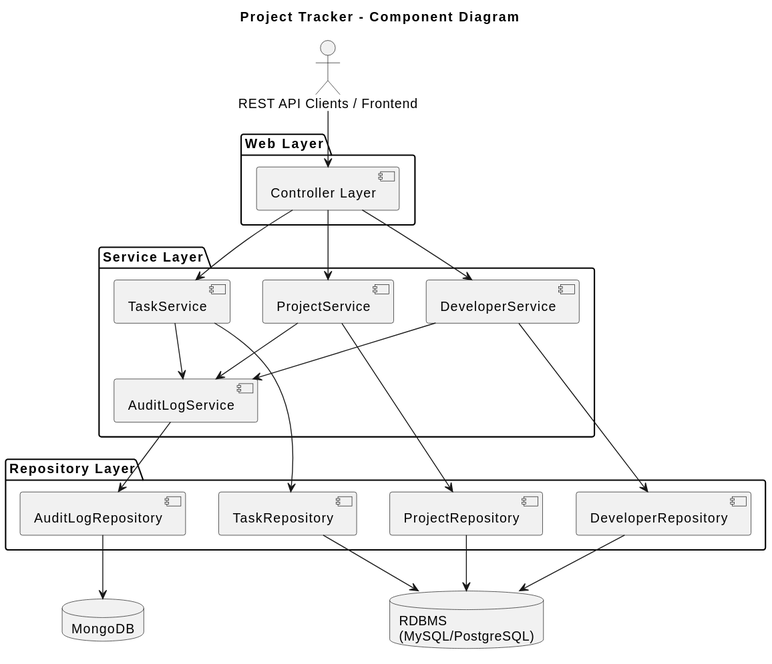
antwiroland/project_tracker keeps this PlantUML diagram as docs/Component-Diagram.svg. Above is the earlier version. Source of this version:
```plantuml
@startuml
title Project Tracker - Component Diagram

actor "REST API Clients / Frontend" as Client

package "Web Layer" {
    [Controller Layer]
}

package "Service Layer" {
    [ProjectService]
    [DeveloperService]
    [TaskService]
    [AuditLogService]
}

package "Repository Layer" {
    [ProjectRepository]
    [DeveloperRepository]
    [TaskRepository]
    [AuditLogRepository]
}

database "RDBMS\n(MySQL/PostgreSQL)" as RDBMS
database "MongoDB" as MongoDB

Client --> [Controller Layer]
[Controller Layer] --> [ProjectService]
[Controller Layer] --> [DeveloperService]
[Controller Layer] --> [TaskService]

[ProjectService] --> [ProjectRepository]
[DeveloperService] --> [DeveloperRepository]
[TaskService] --> [TaskRepository]

[ProjectService] --> [AuditLogService]
[DeveloperService] --> [AuditLogService]
[TaskService] --> [AuditLogService]

[AuditLogService] --> [AuditLogRepository]

[ProjectRepository] --> RDBMS
[DeveloperRepository] --> RDBMS
[TaskRepository] --> RDBMS
[AuditLogRepository] --> MongoDB
@enduml
```
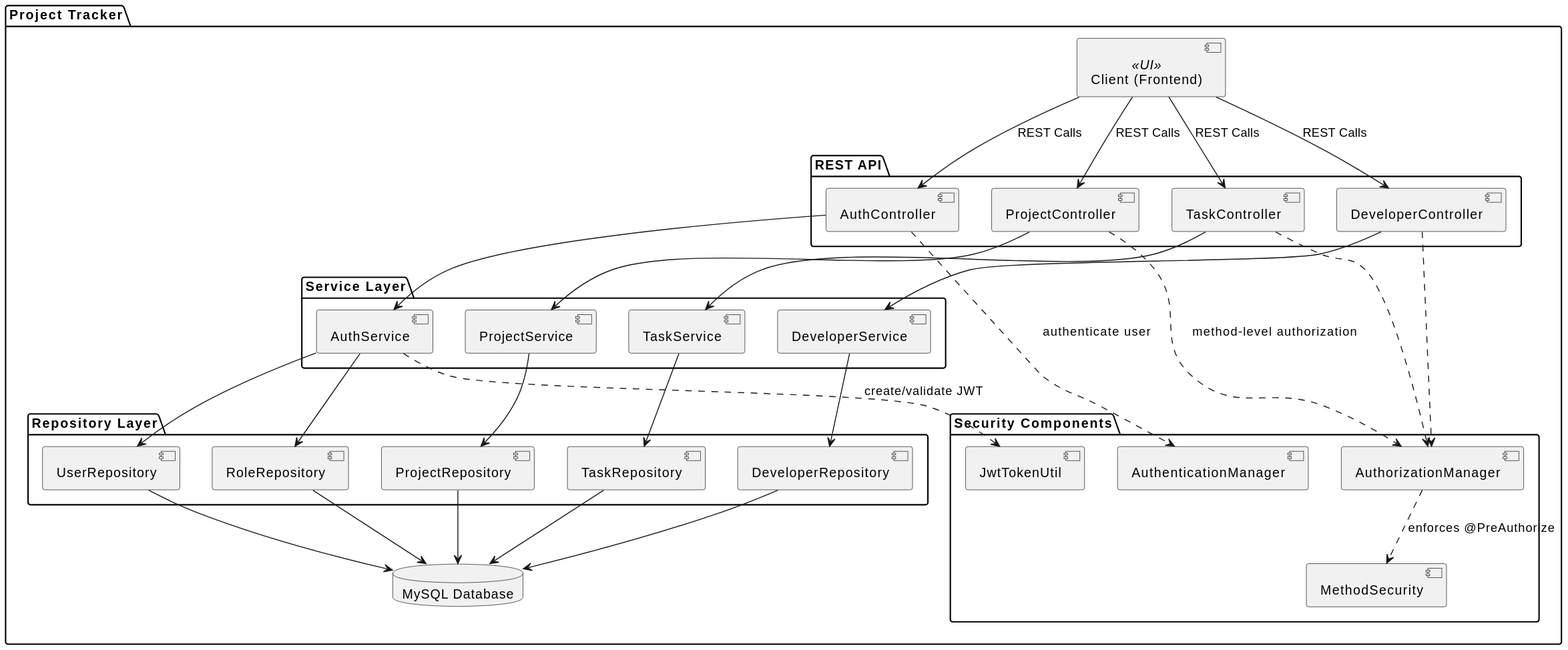
Above is the later version.

Commit message:
feat: security exception handling, update component diagram

What changed in the source:
```diff
@@ -1,46 +1,68 @@
 @startuml
-title Project Tracker - Component Diagram
+package "Project Tracker" {
 
-actor "REST API Clients / Frontend" as Client
+  [Client (Frontend)] <<UI>>
 
-package "Web Layer" {
-    [Controller Layer]
-}
+  package "REST API" {
+    [AuthController]
+    [ProjectController]
+    [DeveloperController]
+    [TaskController]
+  }
 
-package "Service Layer" {
+  package "Service Layer" {
+    [AuthService]
     [ProjectService]
     [DeveloperService]
     [TaskService]
-    [AuditLogService]
-}
+  }
 
-package "Repository Layer" {
+  package "Repository Layer" {
+    [UserRepository]
     [ProjectRepository]
     [DeveloperRepository]
     [TaskRepository]
-    [AuditLogRepository]
+    [RoleRepository]
+  }
+
+  database "MySQL Database" as DB
+
+  package "Security Components" {
+    [AuthenticationManager]
+    [AuthorizationManager]
+    [JwtTokenUtil]
+    [MethodSecurity]
+  }
+
+  [Client (Frontend)] --> [AuthController] : REST Calls
+  [Client (Frontend)] --> [ProjectController] : REST Calls
+  [Client (Frontend)] --> [DeveloperController] : REST Calls
+  [Client (Frontend)] --> [TaskController] : REST Calls
+
+  [AuthController] --> [AuthService]
+  [ProjectController] --> [ProjectService]
+  [DeveloperController] --> [DeveloperService]
+  [TaskController] --> [TaskService]
+
+  [AuthService] --> [UserRepository]
+  [AuthService] --> [RoleRepository]
+
+  [ProjectService] --> [ProjectRepository]
+  [DeveloperService] --> [DeveloperRepository]
+  [TaskService] --> [TaskRepository]
+
+  [UserRepository] --> DB
+  [ProjectRepository] --> DB
+  [DeveloperRepository] --> DB
+  [TaskRepository] --> DB
+  [RoleRepository] --> DB
+
+  [AuthController] ..> [AuthenticationManager] : authenticate user
+  [AuthService] ..> [JwtTokenUtil] : create/validate JWT
+  [ProjectController] ..> [AuthorizationManager] : method-level authorization
+  [DeveloperController] ..> [AuthorizationManager]
+  [TaskController] ..> [AuthorizationManager]
+
+  [AuthorizationManager] ..> [MethodSecurity] : enforces @PreAuthorize
 }
-
-database "RDBMS\n(MySQL/PostgreSQL)" as RDBMS
-database "MongoDB" as MongoDB
-
-Client --> [Controller Layer]
-[Controller Layer] --> [ProjectService]
-[Controller Layer] --> [DeveloperService]
-[Controller Layer] --> [TaskService]
-
-[ProjectService] --> [ProjectRepository]
-[DeveloperService] --> [DeveloperRepository]
-[TaskService] --> [TaskRepository]
-
-[ProjectService] --> [AuditLogService]
-[DeveloperService] --> [AuditLogService]
-[TaskService] --> [AuditLogService]
-
-[AuditLogService] --> [AuditLogRepository]
-
-[ProjectRepository] --> RDBMS
-[DeveloperRepository] --> RDBMS
-[TaskRepository] --> RDBMS
-[AuditLogRepository] --> MongoDB
 @enduml
```
